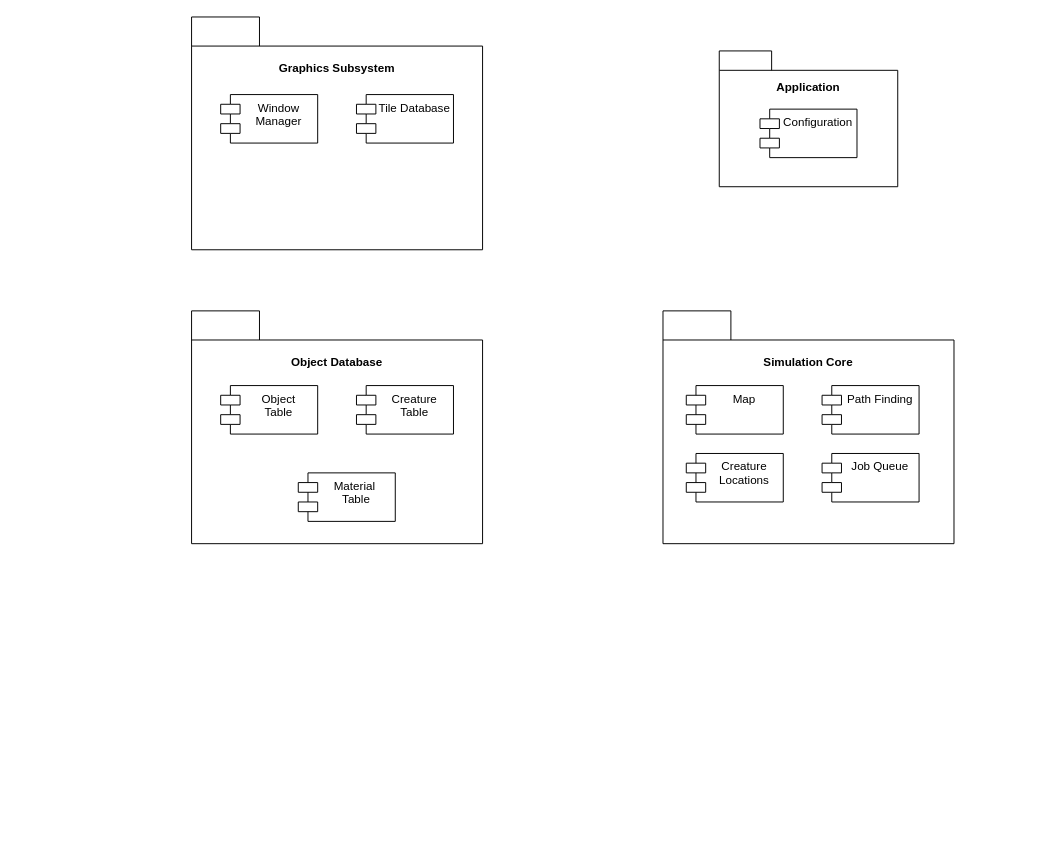
The draw.io diagram docs/diagrams/save/smcore.drawio in Simula-24/Simula-24, before the edit. Source tidied: cells renumbered, new cells numbered last; positions are measured from the earlier drawing's top-left corner, leaving out a move shared by most shapes. Both pictures are drawn from the tidied source at 97%, with x=0, y=0 at pixel (191, 16).
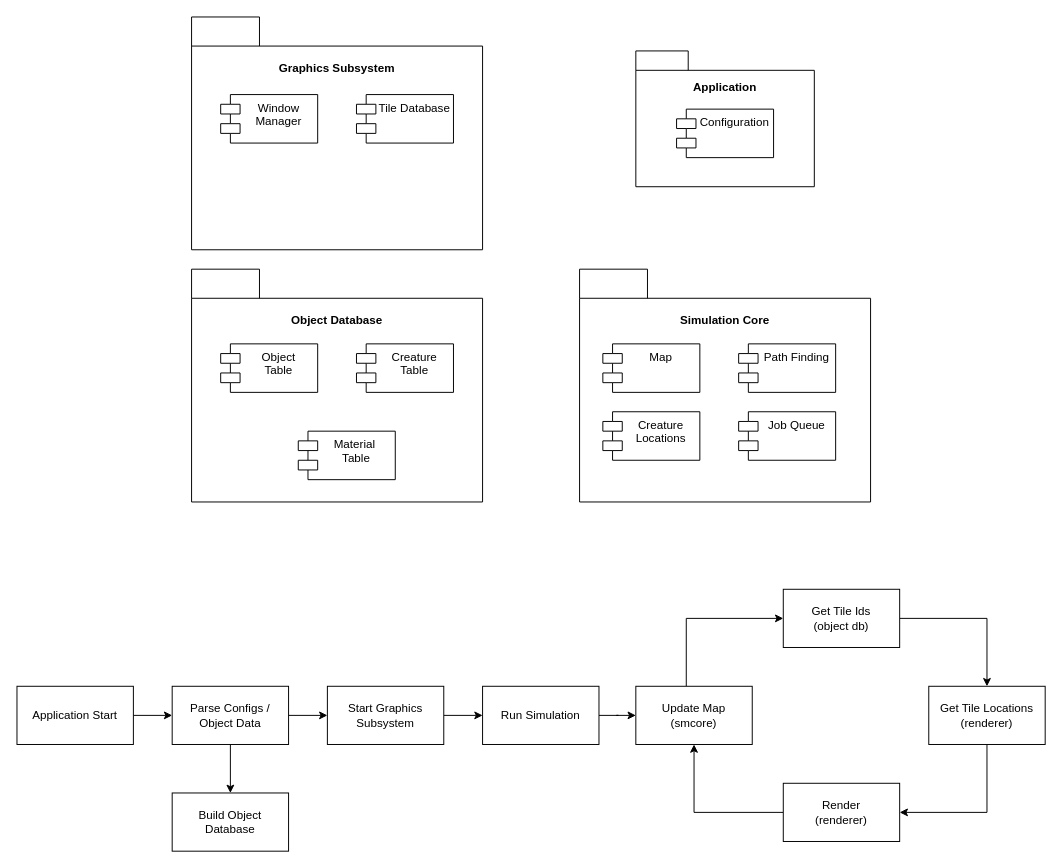
Above is the later version.

Commit message (it also covers changes not shown here):
update smcore diagram

The edit, as a diff of the source:
```diff
@@
     <mxCell id="2" value="&lt;div style=&quot;&quot;&gt;&lt;span style=&quot;background-color: initial;&quot;&gt;&lt;br&gt;&lt;/span&gt;&lt;/div&gt;&lt;div style=&quot;&quot;&gt;&lt;span style=&quot;background-color: initial;&quot;&gt;&lt;br&gt;&lt;/span&gt;&lt;/div&gt;&lt;div style=&quot;&quot;&gt;&lt;span style=&quot;background-color: initial;&quot;&gt;Simulation Core&lt;/span&gt;&lt;/div&gt;" style="shape=folder;fontStyle=1;spacingTop=10;tabWidth=70;tabHeight=30;tabPosition=left;html=1;whiteSpace=wrap;align=center;horizontal=1;verticalAlign=top;" parent="1" vertex="1">
-      <mxGeometry x="486" y="303" width="300" height="240" as="geometry" />
+      <mxGeometry x="400" y="260" width="300" height="240" as="geometry" />
     </mxCell>
     <mxCell id="3" value="Map" style="shape=module;align=left;spacingLeft=20;align=center;verticalAlign=top;whiteSpace=wrap;html=1;" parent="1" vertex="1">
-      <mxGeometry x="510" y="380" width="100" height="50" as="geometry" />
+      <mxGeometry x="424" y="337" width="100" height="50" as="geometry" />
     </mxCell>
     <mxCell id="4" value="Creature Locations" style="shape=module;align=left;spacingLeft=20;align=center;verticalAlign=top;whiteSpace=wrap;html=1;" parent="1" vertex="1">
-      <mxGeometry x="510" y="450" width="100" height="50" as="geometry" />
+      <mxGeometry x="424" y="407" width="100" height="50" as="geometry" />
     </mxCell>
     <mxCell id="5" value="Job Queue" style="shape=module;align=left;spacingLeft=20;align=center;verticalAlign=top;whiteSpace=wrap;html=1;" parent="1" vertex="1">
-      <mxGeometry x="650" y="450" width="100" height="50" as="geometry" />
+      <mxGeometry x="564" y="407" width="100" height="50" as="geometry" />
     </mxCell>
     <mxCell id="6" value="Path Finding" style="shape=module;align=left;spacingLeft=20;align=center;verticalAlign=top;whiteSpace=wrap;html=1;" parent="1" vertex="1">
-      <mxGeometry x="650" y="380" width="100" height="50" as="geometry" />
+      <mxGeometry x="564" y="337" width="100" height="50" as="geometry" />
     </mxCell>
     <mxCell id="7" value="&lt;div style=&quot;&quot;&gt;&lt;br&gt;&lt;/div&gt;&lt;div style=&quot;&quot;&gt;&lt;br&gt;&lt;/div&gt;&lt;div style=&quot;&quot;&gt;Object Database&lt;/div&gt;" style="shape=folder;fontStyle=1;spacingTop=10;tabWidth=70;tabHeight=30;tabPosition=left;html=1;whiteSpace=wrap;align=center;horizontal=1;verticalAlign=top;" parent="1" vertex="1">
-      <mxGeometry y="303" width="300" height="240" as="geometry" />
+      <mxGeometry y="260" width="300" height="240" as="geometry" />
     </mxCell>
     <mxCell id="8" value="Object&lt;br&gt;Table" style="shape=module;align=left;spacingLeft=20;align=center;verticalAlign=top;whiteSpace=wrap;html=1;" parent="1" vertex="1">
-      <mxGeometry x="30" y="380" width="100" height="50" as="geometry" />
+      <mxGeometry x="30" y="337" width="100" height="50" as="geometry" />
     </mxCell>
     <mxCell id="9" value="Creature&lt;br&gt;Table" style="shape=module;align=left;spacingLeft=20;align=center;verticalAlign=top;whiteSpace=wrap;html=1;" parent="1" vertex="1">
-      <mxGeometry x="170" y="380" width="100" height="50" as="geometry" />
+      <mxGeometry x="170" y="337" width="100" height="50" as="geometry" />
     </mxCell>
     <mxCell id="10" value="Material&amp;nbsp;&lt;br&gt;Table" style="shape=module;align=left;spacingLeft=20;align=center;verticalAlign=top;whiteSpace=wrap;html=1;" parent="1" vertex="1">
-      <mxGeometry x="110" y="470" width="100" height="50" as="geometry" />
+      <mxGeometry x="110" y="427" width="100" height="50" as="geometry" />
     </mxCell>
@@
     <mxCell id="14" value="&lt;div style=&quot;&quot;&gt;&lt;br&gt;&lt;/div&gt;&lt;div style=&quot;&quot;&gt;&lt;span style=&quot;background-color: initial;&quot;&gt;Application&lt;/span&gt;&lt;br&gt;&lt;/div&gt;" style="shape=folder;fontStyle=1;spacingTop=10;tabWidth=54;tabHeight=20;tabPosition=left;html=1;whiteSpace=wrap;align=center;horizontal=1;verticalAlign=top;" parent="1" vertex="1">
-      <mxGeometry x="544" y="35" width="184" height="140" as="geometry" />
+      <mxGeometry x="458" y="35" width="184" height="140" as="geometry" />
     </mxCell>
     <mxCell id="15" value="Configuration" style="shape=module;align=left;spacingLeft=20;align=center;verticalAlign=top;whiteSpace=wrap;html=1;" parent="1" vertex="1">
-      <mxGeometry x="586" y="95" width="100" height="50" as="geometry" />
+      <mxGeometry x="500" y="95" width="100" height="50" as="geometry" />
     </mxCell>
+    <mxCell id="16" style="edgeStyle=orthogonalEdgeStyle;rounded=0;jettySize=auto;html=1;" parent="1" edge="1" source="17" target="20">
+      <mxGeometry relative="1" as="geometry">
+        <Array as="points">
+          <mxPoint x="-20" y="720" />
+          <mxPoint x="-20" y="720" />
+        </Array>
+      </mxGeometry>
+    </mxCell>
+    <mxCell id="17" value="Application Start" style="rounded=0;whiteSpace=wrap;html=1;" parent="1" vertex="1">
+      <mxGeometry x="-180" y="690" width="120" height="60" as="geometry" />
+    </mxCell>
+    <mxCell id="18" style="edgeStyle=orthogonalEdgeStyle;rounded=0;jettySize=auto;html=1;" parent="1" edge="1" source="20" target="23">
+      <mxGeometry relative="1" as="geometry" />
+    </mxCell>
+    <mxCell id="19" style="edgeStyle=orthogonalEdgeStyle;rounded=0;jettySize=auto;html=1;" parent="1" edge="1" source="20" target="21">
+      <mxGeometry relative="1" as="geometry" />
+    </mxCell>
+    <mxCell id="20" value="Parse Configs / Object Data" style="rounded=0;whiteSpace=wrap;html=1;" parent="1" vertex="1">
+      <mxGeometry x="-20" y="690" width="120" height="60" as="geometry" />
+    </mxCell>
+    <mxCell id="21" value="Build Object Database" style="rounded=0;whiteSpace=wrap;html=1;" parent="1" vertex="1">
+      <mxGeometry x="-20" y="800" width="120" height="60" as="geometry" />
+    </mxCell>
+    <mxCell id="22" style="edgeStyle=orthogonalEdgeStyle;rounded=0;jettySize=auto;html=1;" parent="1" edge="1" source="23" target="25">
+      <mxGeometry relative="1" as="geometry" />
+    </mxCell>
+    <mxCell id="23" value="Start Graphics Subsystem" style="rounded=0;whiteSpace=wrap;html=1;" parent="1" vertex="1">
+      <mxGeometry x="140" y="690" width="120" height="60" as="geometry" />
+    </mxCell>
+    <mxCell id="24" style="edgeStyle=orthogonalEdgeStyle;rounded=0;jettySize=auto;html=1;" parent="1" edge="1" source="25" target="27">
+      <mxGeometry relative="1" as="geometry" />
+    </mxCell>
+    <mxCell id="25" value="Run Simulation" style="rounded=0;whiteSpace=wrap;html=1;" parent="1" vertex="1">
+      <mxGeometry x="300" y="690" width="120" height="60" as="geometry" />
+    </mxCell>
+    <mxCell id="26" style="edgeStyle=orthogonalEdgeStyle;rounded=0;jettySize=auto;html=1;entryX=0;entryY=0.5;entryDx=0;entryDy=0;" parent="1" edge="1" source="27" target="29">
+      <mxGeometry relative="1" as="geometry">
+        <Array as="points">
+          <mxPoint x="510" y="620" />
+        </Array>
+      </mxGeometry>
+    </mxCell>
+    <mxCell id="27" value="Update Map&lt;br&gt;(smcore)" style="rounded=0;whiteSpace=wrap;html=1;" parent="1" vertex="1">
+      <mxGeometry x="458" y="690" width="120" height="60" as="geometry" />
+    </mxCell>
+    <mxCell id="28" style="edgeStyle=orthogonalEdgeStyle;rounded=0;jettySize=auto;html=1;" parent="1" edge="1" source="29" target="31">
+      <mxGeometry relative="1" as="geometry" />
+    </mxCell>
+    <mxCell id="29" value="Get Tile Ids&lt;br&gt;(object db)" style="rounded=0;whiteSpace=wrap;html=1;" parent="1" vertex="1">
+      <mxGeometry x="610" y="590" width="120" height="60" as="geometry" />
+    </mxCell>
+    <mxCell id="30" style="edgeStyle=orthogonalEdgeStyle;rounded=0;jettySize=auto;html=1;entryX=1;entryY=0.5;entryDx=0;entryDy=0;" parent="1" edge="1" source="31" target="33">
+      <mxGeometry relative="1" as="geometry">
+        <Array as="points">
+          <mxPoint x="820" y="820" />
+        </Array>
+      </mxGeometry>
+    </mxCell>
+    <mxCell id="31" value="Get Tile Locations&lt;br&gt;(renderer)" style="rounded=0;whiteSpace=wrap;html=1;" parent="1" vertex="1">
+      <mxGeometry x="760" y="690" width="120" height="60" as="geometry" />
+    </mxCell>
+    <mxCell id="32" style="edgeStyle=orthogonalEdgeStyle;rounded=0;jettySize=auto;html=1;entryX=0.5;entryY=1;entryDx=0;entryDy=0;" parent="1" edge="1" source="33" target="27">
+      <mxGeometry relative="1" as="geometry" />
+    </mxCell>
+    <mxCell id="33" value="Render&lt;br&gt;(renderer)" style="rounded=0;whiteSpace=wrap;html=1;" parent="1" vertex="1">
+      <mxGeometry x="610" y="790" width="120" height="60" as="geometry" />
+    </mxCell>
```
